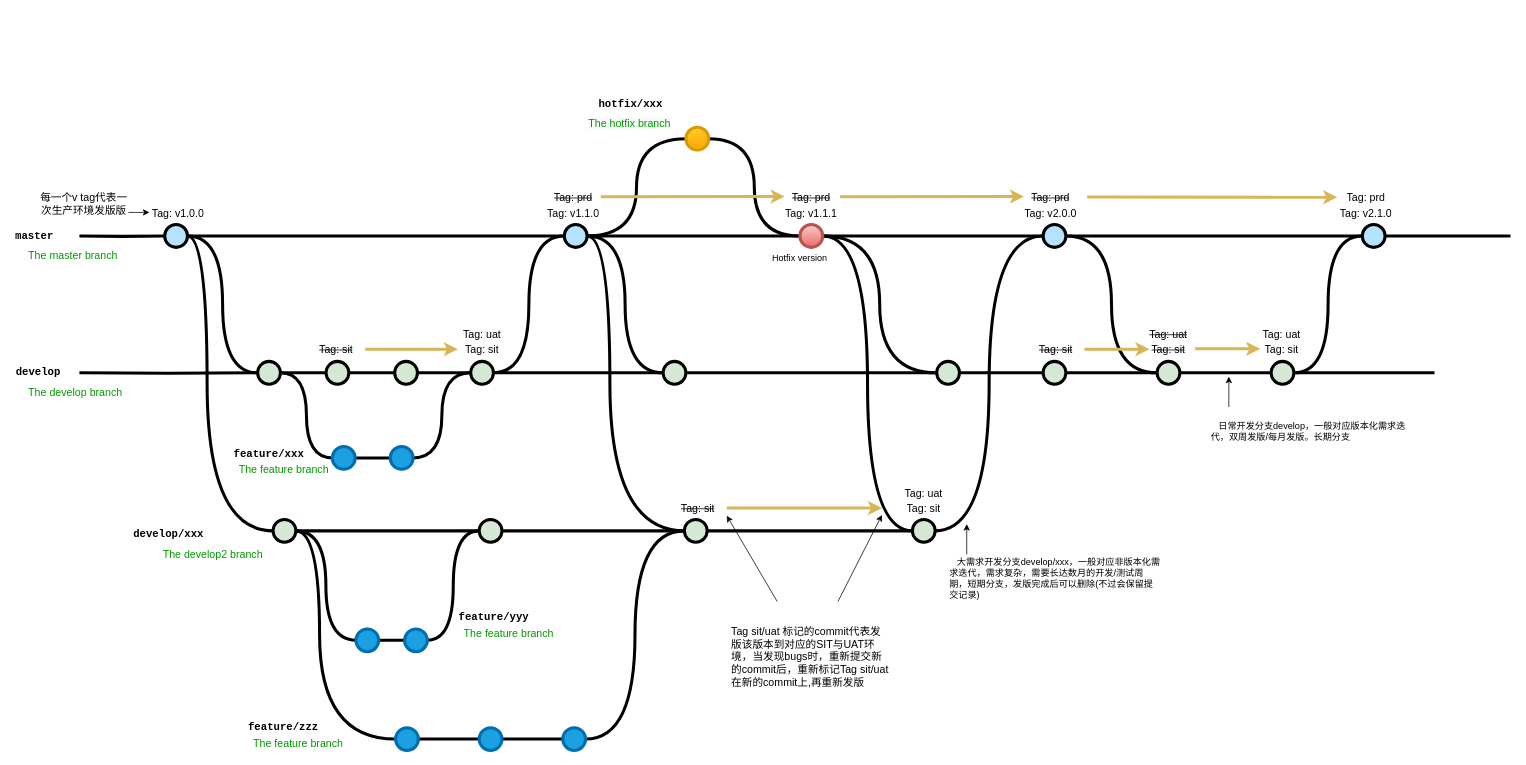
The draw.io diagram Untitled Diagram.drawio in bbcpan/SpringCloud, before the edit. Source tidied: cells renumbered, new cells numbered last; positions are measured from the earlier drawing's top-left corner, leaving out a move shared by most shapes. Both pictures are drawn from the tidied source at 76%, with x=0, y=0 at pixel (13, 89).
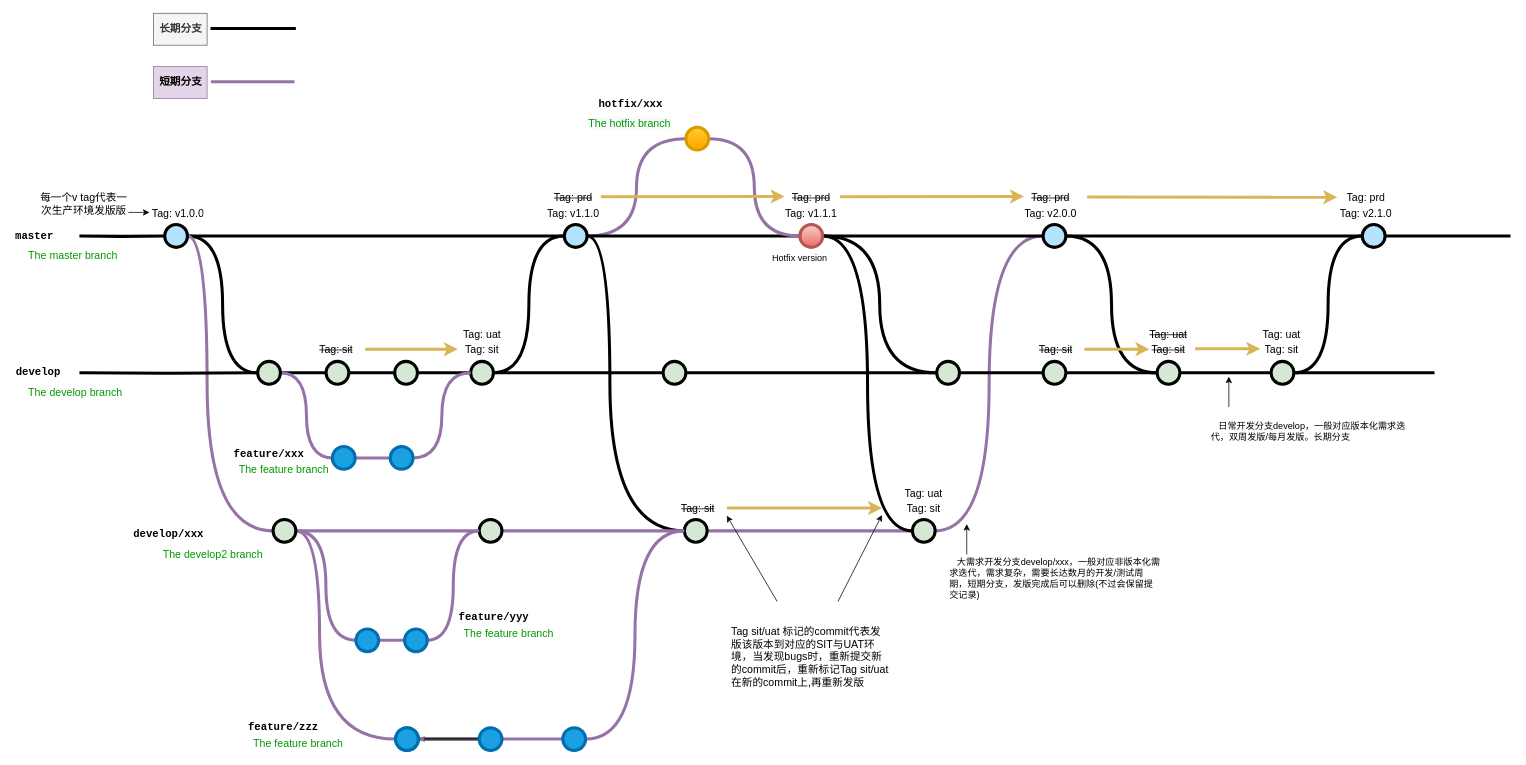
After the change.

The change refers to these unchanged cells:
```xml
<mxCell id="5" style="verticalLabelPosition=bottom;verticalAlign=top;html=1;strokeWidth=4;shape=mxgraph.flowchart.on-page_reference;plain-blue;gradientColor=none;fillColor=#B5E3Fe;strokeColor=#000000;" parent="1" vertex="1">
  <mxGeometry x="199.2" y="178" width="30" height="30" as="geometry" />
</mxCell>
<mxCell id="10" style="verticalLabelPosition=bottom;verticalAlign=top;html=1;strokeWidth=4;shape=mxgraph.flowchart.on-page_reference;plain-blue;gradientColor=none;strokeColor=#000000;fillColor=#B5E3FE;" parent="1" vertex="1">
  <mxGeometry x="725" y="178" width="30" height="30" as="geometry" />
</mxCell>
<mxCell id="12" style="verticalLabelPosition=bottom;verticalAlign=top;html=1;strokeWidth=4;shape=mxgraph.flowchart.on-page_reference;fillColor=#ffcd28;gradientColor=#ffa500;strokeColor=#d79b00;" parent="1" vertex="1">
  <mxGeometry x="885" y="50" width="30" height="30" as="geometry" />
</mxCell>
<mxCell id="25" style="verticalLabelPosition=bottom;verticalAlign=top;html=1;strokeWidth=4;shape=mxgraph.flowchart.on-page_reference;plain-purple;gradientColor=none;strokeColor=#000000;fillColor=#D5E8D4;" parent="1" vertex="1">
  <mxGeometry x="321.5" y="358" width="30" height="30" as="geometry" />
</mxCell>
<mxCell id="36" style="verticalLabelPosition=bottom;verticalAlign=top;html=1;strokeWidth=4;shape=mxgraph.flowchart.on-page_reference;plain-purple;gradientColor=none;strokeColor=#000000;fillColor=#D5E8D4;" parent="1" vertex="1">
  <mxGeometry x="341.8" y="566" width="30" height="30" as="geometry" />
</mxCell>
<mxCell id="38" style="verticalLabelPosition=bottom;verticalAlign=top;html=1;strokeWidth=4;shape=mxgraph.flowchart.on-page_reference;plain-purple;gradientColor=none;strokeColor=#000000;fillColor=#D5E8D4;" parent="1" vertex="1">
  <mxGeometry x="613" y="566" width="30" height="30" as="geometry" />
</mxCell>
<mxCell id="40" style="verticalLabelPosition=bottom;verticalAlign=top;html=1;strokeWidth=4;shape=mxgraph.flowchart.on-page_reference;plain-purple;gradientColor=none;strokeColor=#000000;fillColor=#D5E8D4;" parent="1" vertex="1">
  <mxGeometry x="883" y="566" width="30" height="30" as="geometry" />
</mxCell>
<mxCell id="42" style="verticalLabelPosition=bottom;verticalAlign=top;html=1;strokeWidth=4;shape=mxgraph.flowchart.on-page_reference;plain-purple;gradientColor=none;strokeColor=#000000;fillColor=#D5E8D4;" parent="1" vertex="1">
  <mxGeometry x="601.8" y="358" width="30" height="30" as="geometry" />
</mxCell>
<mxCell id="44" style="verticalLabelPosition=bottom;verticalAlign=top;html=1;strokeWidth=4;shape=mxgraph.flowchart.on-page_reference;strokeColor=#006EAF;fillColor=#1ba1e2;fontColor=#ffffff;" parent="1" vertex="1">
  <mxGeometry x="419.8" y="470" width="30" height="30" as="geometry" />
</mxCell>
<mxCell id="46" style="verticalLabelPosition=bottom;verticalAlign=top;html=1;strokeWidth=4;shape=mxgraph.flowchart.on-page_reference;strokeColor=#006EAF;fillColor=#1ba1e2;fontColor=#ffffff;" parent="1" vertex="1">
  <mxGeometry x="496" y="470" width="30" height="30" as="geometry" />
</mxCell>
<mxCell id="55" style="verticalLabelPosition=bottom;verticalAlign=top;html=1;strokeWidth=4;shape=mxgraph.flowchart.on-page_reference;plain-purple;gradientColor=none;strokeColor=#000000;fillColor=#D5E8D4;" parent="1" vertex="1">
  <mxGeometry x="855" y="358" width="30" height="30" as="geometry" />
</mxCell>
<mxCell id="57" style="verticalLabelPosition=bottom;verticalAlign=top;html=1;strokeWidth=4;shape=mxgraph.flowchart.on-page_reference;plain-purple;gradientColor=none;strokeColor=#000000;fillColor=#D5E8D4;" parent="1" vertex="1">
  <mxGeometry x="1183" y="566" width="30" height="30" as="geometry" />
</mxCell>
<mxCell id="61" style="verticalLabelPosition=bottom;verticalAlign=top;html=1;strokeWidth=4;shape=mxgraph.flowchart.on-page_reference;plain-blue;gradientColor=#EA6B66;strokeColor=#B85450;fillColor=#F8CECC;" parent="1" vertex="1">
  <mxGeometry x="1035" y="178" width="30" height="30" as="geometry" />
</mxCell>
<mxCell id="75" style="verticalLabelPosition=bottom;verticalAlign=top;html=1;strokeWidth=4;shape=mxgraph.flowchart.on-page_reference;plain-blue;gradientColor=none;fillColor=#B5E3Fe;strokeColor=#000000;" parent="1" vertex="1">
  <mxGeometry x="1355" y="178" width="30" height="30" as="geometry" />
</mxCell>
<mxCell id="100" style="verticalLabelPosition=bottom;verticalAlign=top;html=1;strokeWidth=4;shape=mxgraph.flowchart.on-page_reference;strokeColor=#006EAF;fillColor=#1ba1e2;fontColor=#ffffff;" parent="1" vertex="1">
  <mxGeometry x="450.8" y="710" width="30" height="30" as="geometry" />
</mxCell>
<mxCell id="102" style="verticalLabelPosition=bottom;verticalAlign=top;html=1;strokeWidth=4;shape=mxgraph.flowchart.on-page_reference;strokeColor=#006EAF;fillColor=#1ba1e2;fontColor=#ffffff;" parent="1" vertex="1">
  <mxGeometry x="514.8" y="710" width="30" height="30" as="geometry" />
</mxCell>
<mxCell id="106" style="verticalLabelPosition=bottom;verticalAlign=top;html=1;strokeWidth=4;shape=mxgraph.flowchart.on-page_reference;strokeColor=#006EAF;fillColor=#1ba1e2;fontColor=#ffffff;" parent="1" vertex="1">
  <mxGeometry x="503" y="840" width="30" height="30" as="geometry" />
</mxCell>
<mxCell id="108" style="verticalLabelPosition=bottom;verticalAlign=top;html=1;strokeWidth=4;shape=mxgraph.flowchart.on-page_reference;strokeColor=#006EAF;fillColor=#1ba1e2;fontColor=#ffffff;" parent="1" vertex="1">
  <mxGeometry x="613" y="840" width="30" height="30" as="geometry" />
</mxCell>
<mxCell id="110" style="verticalLabelPosition=bottom;verticalAlign=top;html=1;strokeWidth=4;shape=mxgraph.flowchart.on-page_reference;strokeColor=#006EAF;fillColor=#1ba1e2;fontColor=#ffffff;" parent="1" vertex="1">
  <mxGeometry x="723" y="840" width="30" height="30" as="geometry" />
</mxCell>
```

Diff of the diagram source:
```diff
@@
-    <mxCell id="4" style="edgeStyle=orthogonalEdgeStyle;shape=connector;curved=1;rounded=0;jettySize=auto;html=1;entryX=0;entryY=0.5;entryDx=0;entryDy=0;entryPerimeter=0;labelBackgroundColor=default;fontFamily=Helvetica;fontSize=11;fontColor=default;endArrow=none;endFill=0;strokeColor=#000000;strokeWidth=4;fillColor=#DAE8FC;gradientColor=#7EA6E0;shadow=0;sketch=0;" parent="1" edge="1" source="5" target="36">
+    <mxCell id="4" style="edgeStyle=orthogonalEdgeStyle;shape=connector;curved=1;rounded=0;jettySize=auto;html=1;entryX=0;entryY=0.5;entryDx=0;entryDy=0;entryPerimeter=0;labelBackgroundColor=default;fontFamily=Helvetica;fontSize=11;fontColor=default;endArrow=none;endFill=0;strokeColor=#9673a6;strokeWidth=4;fillColor=#e1d5e7;shadow=0;sketch=0;" parent="1" edge="1" source="5" target="36">
       <mxGeometry relative="1" as="geometry">
         <Array as="points">
           <mxPoint x="255" y="193" />
           <mxPoint x="255" y="581" />
         </Array>
       </mxGeometry>
     </mxCell>
@@
-    <mxCell id="7" style="edgeStyle=orthogonalEdgeStyle;curved=1;rounded=0;jettySize=auto;html=1;labelBackgroundColor=default;fontFamily=Helvetica;fontSize=11;fontColor=default;endArrow=none;endFill=0;strokeColor=#000000;strokeWidth=4;fillColor=#DAE8FC;gradientColor=#7EA6E0;entryX=0;entryY=0.5;entryDx=0;entryDy=0;entryPerimeter=0;" parent="1" edge="1" source="10" target="12">
+    <mxCell id="7" style="edgeStyle=orthogonalEdgeStyle;curved=1;rounded=0;jettySize=auto;html=1;labelBackgroundColor=default;fontFamily=Helvetica;fontSize=11;fontColor=default;endArrow=none;endFill=0;strokeColor=#9673a6;strokeWidth=4;fillColor=#e1d5e7;entryX=0;entryY=0.5;entryDx=0;entryDy=0;entryPerimeter=0;" parent="1" edge="1" source="10" target="12">
       <mxGeometry relative="1" as="geometry" />
     </mxCell>
@@
-    <mxCell id="9" style="edgeStyle=orthogonalEdgeStyle;curved=1;rounded=0;sketch=0;jettySize=auto;html=1;entryX=0;entryY=0.5;entryDx=0;entryDy=0;entryPerimeter=0;shadow=0;labelBackgroundColor=default;fontFamily=Helvetica;fontSize=11;fontColor=default;endArrow=none;endFill=0;strokeColor=#000000;strokeWidth=4;fillColor=#DAE8FC;gradientColor=#7EA6E0;" parent="1" edge="1" source="10" target="55">
-      <mxGeometry relative="1" as="geometry" />
-    </mxCell>
@@
-    <mxCell id="11" style="edgeStyle=orthogonalEdgeStyle;curved=1;rounded=0;jettySize=auto;html=1;labelBackgroundColor=default;fontFamily=Helvetica;fontSize=11;fontColor=default;endArrow=none;endFill=0;strokeColor=#000000;strokeWidth=4;fillColor=#DAE8FC;gradientColor=#7EA6E0;entryX=0;entryY=0.5;entryDx=0;entryDy=0;entryPerimeter=0;" parent="1" edge="1" source="12" target="61">
+    <mxCell id="11" style="edgeStyle=orthogonalEdgeStyle;curved=1;rounded=0;jettySize=auto;html=1;labelBackgroundColor=default;fontFamily=Helvetica;fontSize=11;fontColor=default;endArrow=none;endFill=0;strokeColor=#9673a6;strokeWidth=4;fillColor=#e1d5e7;entryX=0;entryY=0.5;entryDx=0;entryDy=0;entryPerimeter=0;" parent="1" edge="1" source="12" target="61">
       <mxGeometry relative="1" as="geometry" />
     </mxCell>
@@
-    <mxCell id="24" style="edgeStyle=orthogonalEdgeStyle;shape=connector;curved=1;rounded=0;jettySize=auto;html=1;entryX=0;entryY=0.5;entryDx=0;entryDy=0;entryPerimeter=0;labelBackgroundColor=default;fontFamily=Helvetica;fontSize=11;fontColor=default;endArrow=none;endFill=0;strokeColor=#000000;strokeWidth=4;fillColor=#DAE8FC;gradientColor=#7EA6E0;" parent="1" edge="1" source="25" target="44">
+    <mxCell id="24" style="edgeStyle=orthogonalEdgeStyle;shape=connector;curved=1;rounded=0;jettySize=auto;html=1;entryX=0;entryY=0.5;entryDx=0;entryDy=0;entryPerimeter=0;labelBackgroundColor=default;fontFamily=Helvetica;fontSize=11;fontColor=default;endArrow=none;endFill=0;strokeColor=#9673a6;strokeWidth=4;fillColor=#e1d5e7;" parent="1" edge="1" source="25" target="44">
       <mxGeometry relative="1" as="geometry" />
     </mxCell>
@@
-    <mxCell id="33" style="edgeStyle=orthogonalEdgeStyle;curved=1;rounded=0;html=1;exitX=1;exitY=0.5;exitPerimeter=0;endArrow=none;endFill=0;jettySize=auto;strokeWidth=4;fontSize=15;" parent="1" edge="1" source="36" target="38">
+    <mxCell id="33" style="edgeStyle=orthogonalEdgeStyle;curved=1;rounded=0;html=1;exitX=1;exitY=0.5;exitPerimeter=0;endArrow=none;endFill=0;jettySize=auto;strokeWidth=4;fontSize=15;fillColor=#e1d5e7;strokeColor=#9673a6;" parent="1" edge="1" source="36" target="38">
       <mxGeometry relative="1" as="geometry">
         <Array as="points">
           <mxPoint x="331.8" y="581" />
           <mxPoint x="331.8" y="581" />
         </Array>
       </mxGeometry>
     </mxCell>
-    <mxCell id="34" style="edgeStyle=orthogonalEdgeStyle;curved=1;rounded=0;sketch=0;jettySize=auto;html=1;shadow=0;labelBackgroundColor=default;fontFamily=Helvetica;fontSize=11;fontColor=default;endArrow=none;endFill=0;strokeColor=#000000;strokeWidth=4;fillColor=#DAE8FC;gradientColor=#7EA6E0;entryX=0;entryY=0.5;entryDx=0;entryDy=0;entryPerimeter=0;" parent="1" edge="1" source="36" target="100">
+    <mxCell id="34" style="edgeStyle=orthogonalEdgeStyle;curved=1;rounded=0;sketch=0;jettySize=auto;html=1;shadow=0;labelBackgroundColor=default;fontFamily=Helvetica;fontSize=11;fontColor=default;endArrow=none;endFill=0;strokeColor=#9673a6;strokeWidth=4;fillColor=#e1d5e7;entryX=0;entryY=0.5;entryDx=0;entryDy=0;entryPerimeter=0;" parent="1" edge="1" source="36" target="100">
       <mxGeometry relative="1" as="geometry" />
     </mxCell>
-    <mxCell id="35" style="edgeStyle=orthogonalEdgeStyle;curved=1;rounded=0;sketch=0;jettySize=auto;html=1;shadow=0;labelBackgroundColor=default;fontFamily=Helvetica;fontSize=11;fontColor=default;endArrow=none;endFill=0;strokeColor=#000000;strokeWidth=4;fillColor=#DAE8FC;gradientColor=#7EA6E0;" parent="1" edge="1" source="36" target="106">
+    <mxCell id="35" style="edgeStyle=orthogonalEdgeStyle;curved=1;rounded=0;sketch=0;jettySize=auto;html=1;shadow=0;labelBackgroundColor=default;fontFamily=Helvetica;fontSize=11;fontColor=default;endArrow=none;endFill=0;strokeColor=#9673a6;strokeWidth=4;fillColor=#e1d5e7;" parent="1" edge="1" source="36" target="106">
       <mxGeometry relative="1" as="geometry">
         <Array as="points">
           <mxPoint x="403" y="581" />
           <mxPoint x="403" y="855" />
         </Array>
       </mxGeometry>
     </mxCell>
@@
-    <mxCell id="37" style="edgeStyle=orthogonalEdgeStyle;curved=1;rounded=0;html=1;exitX=1;exitY=0.5;exitPerimeter=0;entryX=0;entryY=0.5;entryPerimeter=0;endArrow=none;endFill=0;jettySize=auto;strokeWidth=4;fontSize=15;" parent="1" edge="1" source="38" target="40">
+    <mxCell id="37" style="edgeStyle=orthogonalEdgeStyle;curved=1;rounded=0;html=1;exitX=1;exitY=0.5;exitPerimeter=0;entryX=0;entryY=0.5;entryPerimeter=0;endArrow=none;endFill=0;jettySize=auto;strokeWidth=4;fontSize=15;fillColor=#e1d5e7;strokeColor=#9673a6;" parent="1" edge="1" source="38" target="40">
       <mxGeometry relative="1" as="geometry" />
     </mxCell>
@@
-    <mxCell id="39" style="edgeStyle=orthogonalEdgeStyle;curved=1;rounded=0;jettySize=auto;html=1;labelBackgroundColor=default;fontFamily=Helvetica;fontSize=11;fontColor=default;endArrow=none;endFill=0;strokeColor=#000000;strokeWidth=4;fillColor=#DAE8FC;gradientColor=#7EA6E0;" parent="1" edge="1" source="40" target="57">
+    <mxCell id="39" style="edgeStyle=orthogonalEdgeStyle;curved=1;rounded=0;jettySize=auto;html=1;labelBackgroundColor=default;fontFamily=Helvetica;fontSize=11;fontColor=default;endArrow=none;endFill=0;strokeColor=#9673a6;strokeWidth=4;fillColor=#e1d5e7;" parent="1" edge="1" source="40" target="57">
       <mxGeometry relative="1" as="geometry" />
     </mxCell>
@@
-    <mxCell id="43" style="edgeStyle=orthogonalEdgeStyle;rounded=0;jettySize=auto;html=1;endArrow=none;endFill=0;strokeWidth=4;" parent="1" edge="1" source="44" target="46">
+    <mxCell id="43" style="edgeStyle=orthogonalEdgeStyle;rounded=0;jettySize=auto;html=1;endArrow=none;endFill=0;strokeWidth=4;fillColor=#e1d5e7;strokeColor=#9673a6;" parent="1" edge="1" source="44" target="46">
       <mxGeometry relative="1" as="geometry">
         <Array as="points">
           <mxPoint x="511.2" y="485" />
           <mxPoint x="511.2" y="485" />
         </Array>
       </mxGeometry>
     </mxCell>
@@
-    <mxCell id="45" style="edgeStyle=orthogonalEdgeStyle;shape=connector;curved=1;rounded=0;jettySize=auto;html=1;entryX=0;entryY=0.5;entryDx=0;entryDy=0;entryPerimeter=0;labelBackgroundColor=default;fontFamily=Helvetica;fontSize=11;fontColor=default;endArrow=none;endFill=0;strokeColor=#000000;strokeWidth=4;fillColor=#DAE8FC;gradientColor=#7EA6E0;" parent="1" edge="1" source="46" target="42">
+    <mxCell id="45" style="edgeStyle=orthogonalEdgeStyle;shape=connector;curved=1;rounded=0;jettySize=auto;html=1;entryX=0;entryY=0.5;entryDx=0;entryDy=0;entryPerimeter=0;labelBackgroundColor=default;fontFamily=Helvetica;fontSize=11;fontColor=default;endArrow=none;endFill=0;strokeColor=#9673a6;strokeWidth=4;fillColor=#e1d5e7;" parent="1" edge="1" source="46" target="42">
       <mxGeometry relative="1" as="geometry" />
     </mxCell>
@@
-    <mxCell id="56" style="edgeStyle=orthogonalEdgeStyle;curved=1;rounded=0;sketch=0;jettySize=auto;html=1;entryX=0;entryY=0.5;entryDx=0;entryDy=0;entryPerimeter=0;shadow=0;labelBackgroundColor=default;fontFamily=Helvetica;fontSize=11;fontColor=default;endArrow=none;endFill=0;strokeColor=#000000;strokeWidth=4;fillColor=#DAE8FC;gradientColor=#7EA6E0;" parent="1" edge="1" source="57" target="75">
+    <mxCell id="56" style="edgeStyle=orthogonalEdgeStyle;curved=1;rounded=0;sketch=0;jettySize=auto;html=1;entryX=0;entryY=0.5;entryDx=0;entryDy=0;entryPerimeter=0;shadow=0;labelBackgroundColor=default;fontFamily=Helvetica;fontSize=11;fontColor=default;endArrow=none;endFill=0;strokeColor=#9673a6;strokeWidth=4;fillColor=#e1d5e7;" parent="1" edge="1" source="57" target="75">
       <mxGeometry relative="1" as="geometry" />
     </mxCell>
@@
-    <mxCell id="99" style="edgeStyle=orthogonalEdgeStyle;curved=1;rounded=0;sketch=0;jettySize=auto;html=1;shadow=0;labelBackgroundColor=default;fontFamily=Helvetica;fontSize=11;fontColor=default;endArrow=none;endFill=0;strokeColor=#000000;strokeWidth=4;fillColor=#DAE8FC;gradientColor=#7EA6E0;" parent="1" edge="1" source="100" target="102">
+    <mxCell id="99" style="edgeStyle=orthogonalEdgeStyle;curved=1;rounded=0;sketch=0;jettySize=auto;html=1;shadow=0;labelBackgroundColor=default;fontFamily=Helvetica;fontSize=11;fontColor=default;endArrow=none;endFill=0;strokeColor=#9673a6;strokeWidth=4;fillColor=#e1d5e7;" parent="1" edge="1" source="100" target="102">
       <mxGeometry relative="1" as="geometry" />
     </mxCell>
@@
-    <mxCell id="101" style="edgeStyle=orthogonalEdgeStyle;curved=1;rounded=0;sketch=0;jettySize=auto;html=1;entryX=0;entryY=0.5;entryDx=0;entryDy=0;entryPerimeter=0;shadow=0;labelBackgroundColor=default;fontFamily=Helvetica;fontSize=11;fontColor=default;endArrow=none;endFill=0;strokeColor=#000000;strokeWidth=4;fillColor=#DAE8FC;gradientColor=#7EA6E0;" parent="1" edge="1" source="102" target="38">
+    <mxCell id="101" style="edgeStyle=orthogonalEdgeStyle;curved=1;rounded=0;sketch=0;jettySize=auto;html=1;entryX=0;entryY=0.5;entryDx=0;entryDy=0;entryPerimeter=0;shadow=0;labelBackgroundColor=default;fontFamily=Helvetica;fontSize=11;fontColor=default;endArrow=none;endFill=0;strokeColor=#9673a6;strokeWidth=4;fillColor=#e1d5e7;" parent="1" edge="1" source="102" target="38">
       <mxGeometry relative="1" as="geometry" />
     </mxCell>
@@
-    <mxCell id="107" style="edgeStyle=orthogonalEdgeStyle;curved=1;rounded=0;sketch=0;jettySize=auto;html=1;shadow=0;labelBackgroundColor=default;fontFamily=Helvetica;fontSize=11;fontColor=default;endArrow=none;endFill=0;strokeColor=#000000;strokeWidth=4;fillColor=#DAE8FC;gradientColor=#7EA6E0;" parent="1" edge="1" source="108" target="110">
+    <mxCell id="107" style="edgeStyle=orthogonalEdgeStyle;curved=1;rounded=0;sketch=0;jettySize=auto;html=1;shadow=0;labelBackgroundColor=default;fontFamily=Helvetica;fontSize=11;fontColor=default;endArrow=none;endFill=0;strokeColor=#9673a6;strokeWidth=4;fillColor=#e1d5e7;" parent="1" edge="1" source="108" target="110">
       <mxGeometry relative="1" as="geometry" />
     </mxCell>
+    <mxCell id="120" style="edgeStyle=orthogonalEdgeStyle;rounded=0;jettySize=auto;html=1;fillColor=#e1d5e7;strokeColor=#9673a6;" parent="1" edge="1" source="108" target="121">
+      <mxGeometry relative="1" as="geometry" />
+    </mxCell>
@@
-    <mxCell id="109" style="edgeStyle=orthogonalEdgeStyle;curved=1;rounded=0;sketch=0;jettySize=auto;html=1;shadow=0;labelBackgroundColor=default;fontFamily=Helvetica;fontSize=11;fontColor=default;endArrow=none;endFill=0;strokeColor=#000000;strokeWidth=4;fillColor=#DAE8FC;gradientColor=#7EA6E0;entryX=0;entryY=0.5;entryDx=0;entryDy=0;entryPerimeter=0;" parent="1" edge="1" source="110" target="40">
+    <mxCell id="109" style="edgeStyle=orthogonalEdgeStyle;curved=1;rounded=0;sketch=0;jettySize=auto;html=1;shadow=0;labelBackgroundColor=default;fontFamily=Helvetica;fontSize=11;fontColor=default;endArrow=none;endFill=0;strokeColor=#9673a6;strokeWidth=4;fillColor=#e1d5e7;entryX=0;entryY=0.5;entryDx=0;entryDy=0;entryPerimeter=0;" parent="1" edge="1" source="110" target="40">
       <mxGeometry relative="1" as="geometry" />
     </mxCell>
@@
+    <mxCell id="121" style="verticalLabelPosition=bottom;verticalAlign=top;html=1;strokeWidth=4;shape=mxgraph.flowchart.on-page_reference;strokeColor=#006EAF;fillColor=#1ba1e2;fontColor=#ffffff;" parent="1" vertex="1">
+      <mxGeometry x="503" y="840" width="30" height="30" as="geometry" />
+    </mxCell>
+    <mxCell id="122" style="edgeStyle=orthogonalEdgeStyle;rounded=0;html=1;jettySize=auto;orthogonalLoop=1;strokeWidth=4;endArrow=none;endFill=0;" parent="1" edge="1">
+      <mxGeometry x="611.8" y="260" as="geometry">
+        <mxPoint x="259.5" y="-80" as="sourcePoint" />
+        <mxPoint x="371.8" y="-80" as="targetPoint" />
+        <Array as="points">
+          <mxPoint x="362.5" y="-80" />
+          <mxPoint x="362.5" y="-80" />
+        </Array>
+      </mxGeometry>
+    </mxCell>
+    <mxCell id="123" style="rounded=0;sketch=0;orthogonalLoop=1;jettySize=auto;html=1;shadow=0;labelBackgroundColor=default;fontFamily=Helvetica;fontSize=11;fontColor=default;endArrow=none;endFill=0;strokeColor=#9673a6;strokeWidth=4;fillColor=#e1d5e7;" parent="1" edge="1">
+      <mxGeometry relative="1" as="geometry">
+        <mxPoint x="370" y="-10" as="sourcePoint" />
+        <mxPoint x="260" y="-10" as="targetPoint" />
+      </mxGeometry>
+    </mxCell>
+    <mxCell id="124" value="长期分支" style="text;html=1;strokeColor=#666666;fillColor=#f5f5f5;align=center;verticalAlign=middle;whiteSpace=wrap;overflow=hidden;fontSize=14;fontStyle=1;fontFamily=Courier New;fontColor=#333333;" parent="1" vertex="1">
+      <mxGeometry x="184.5" y="-100" width="70.5" height="42" as="geometry" />
+    </mxCell>
+    <mxCell id="125" value="短期分支" style="text;html=1;strokeColor=#9673a6;fillColor=#e1d5e7;align=center;verticalAlign=middle;whiteSpace=wrap;overflow=hidden;fontSize=14;fontStyle=1;fontFamily=Courier New;" parent="1" vertex="1">
+      <mxGeometry x="184.5" y="-30" width="70.5" height="42" as="geometry" />
+    </mxCell>
```
